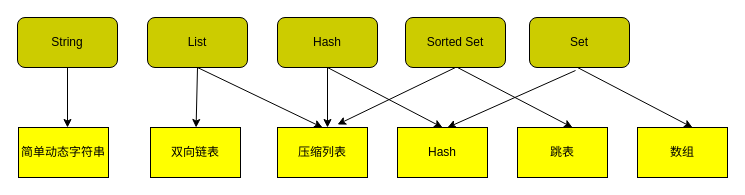
Above: redis.drawio in 15732134294/files (draw.io), before the change. Source tidied: cells renumbered, new cells numbered last; positions are measured from the earlier drawing's top-left corner, leaving out a move shared by most shapes. Both pictures are drawn from the tidied source at 100%, with x=0, y=0 at pixel (17, 17).
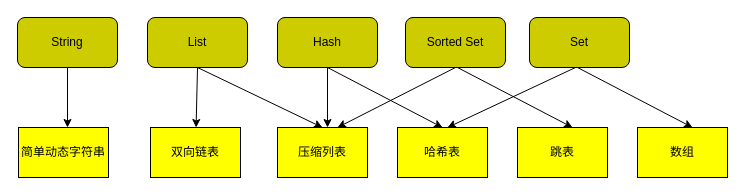
The same page after the edit.

The change refers to these unchanged cells:
```xml
<mxCell id="6" value="Sorted Set" style="rounded=1;whiteSpace=wrap;html=1;fillColor=#CCCC00;" parent="1" vertex="1">
  <mxGeometry x="388" width="100" height="50" as="geometry" />
</mxCell>
<mxCell id="9" value="压缩列表" style="rounded=0;whiteSpace=wrap;html=1;fillColor=#FFFF00;" parent="1" vertex="1">
  <mxGeometry x="260" y="110" width="90" height="50" as="geometry" />
</mxCell>
```

Diff of the diagram source:
```diff
@@
-    <mxCell id="12" value="Hash" style="rounded=0;whiteSpace=wrap;html=1;fillColor=#FFFF00;" parent="1" vertex="1">
+    <mxCell id="12" value="哈希表" style="rounded=0;whiteSpace=wrap;html=1;fillColor=#FFFF00;" parent="1" vertex="1">
       <mxGeometry x="380" y="110" width="90" height="50" as="geometry" />
     </mxCell>
@@
-    <mxCell id="19" style="endArrow=classic;html=1;rounded=0;exitX=0.5;exitY=1;exitDx=0;exitDy=0;entryX=0.667;entryY=-0.06;entryDx=0;entryDy=0;entryPerimeter=0;" parent="1" edge="1" source="6" target="9">
-      <mxGeometry relative="1" as="geometry" />
+    <mxCell id="19" style="endArrow=classic;html=1;rounded=0;exitX=0.5;exitY=1;exitDx=0;exitDy=0;" parent="1" edge="1" source="6">
+      <mxGeometry relative="1" as="geometry">
+        <mxPoint x="320" y="110" as="targetPoint" />
+      </mxGeometry>
     </mxCell>
@@
-    <mxCell id="21" style="endArrow=classic;html=1;rounded=0;exitX=0.5;exitY=1;exitDx=0;exitDy=0;" parent="1" edge="1">
+    <mxCell id="21" style="endArrow=classic;html=1;rounded=0;" parent="1" edge="1">
       <mxGeometry relative="1" as="geometry">
-        <mxPoint x="558" y="53" as="sourcePoint" />
+        <mxPoint x="558" y="50" as="sourcePoint" />
         <mxPoint x="430" y="110" as="targetPoint" />
       </mxGeometry>
     </mxCell>
```
